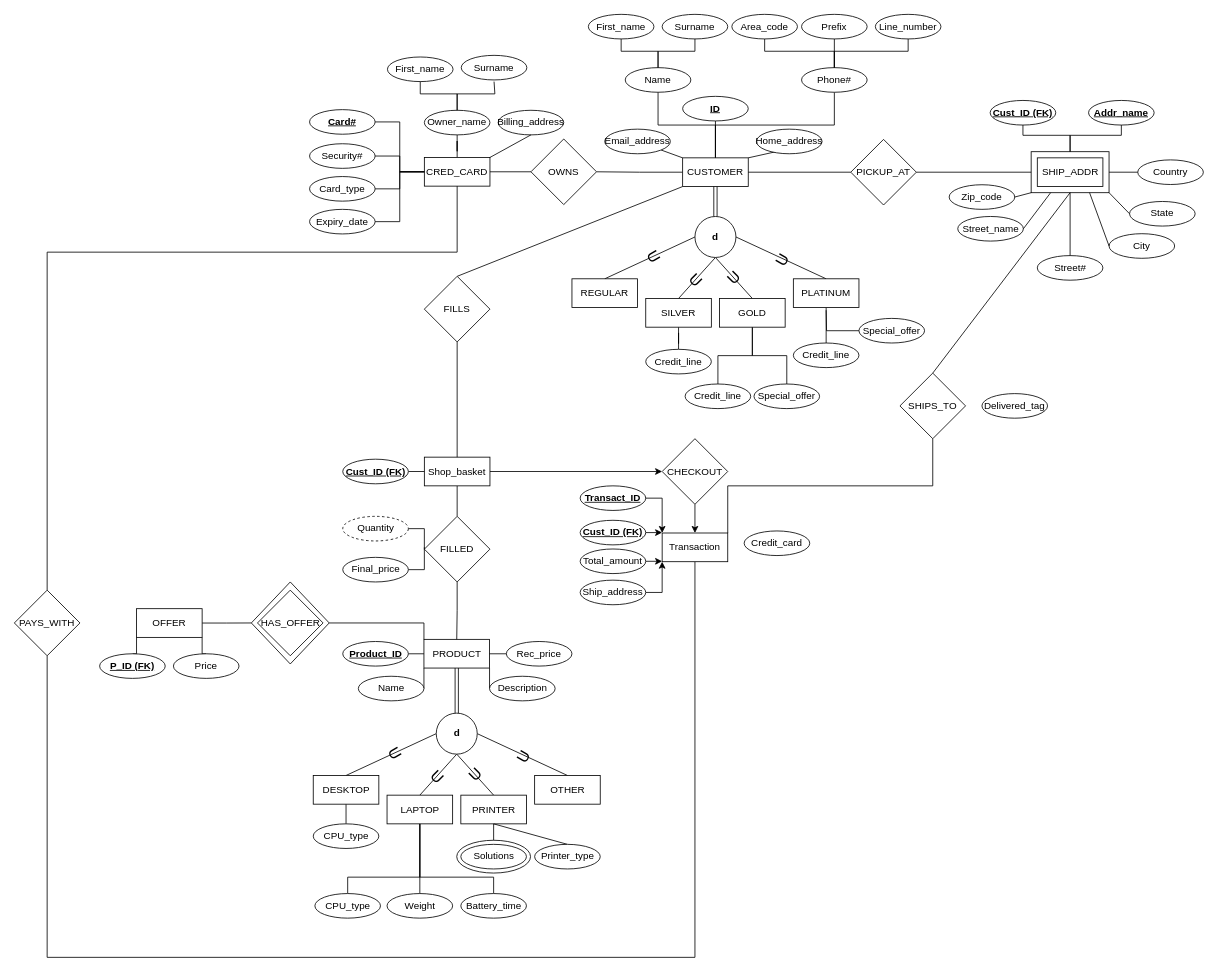
The draw.io diagram Project-Deliverable-1.drawio in RyBres/Database-Project, before the edit. Source tidied: cells renumbered, new cells numbered last; positions are measured from the earlier drawing's top-left corner, leaving out a move shared by most shapes. Both pictures are drawn from the tidied source at 82%, with x=0, y=0 at pixel (14, 14).
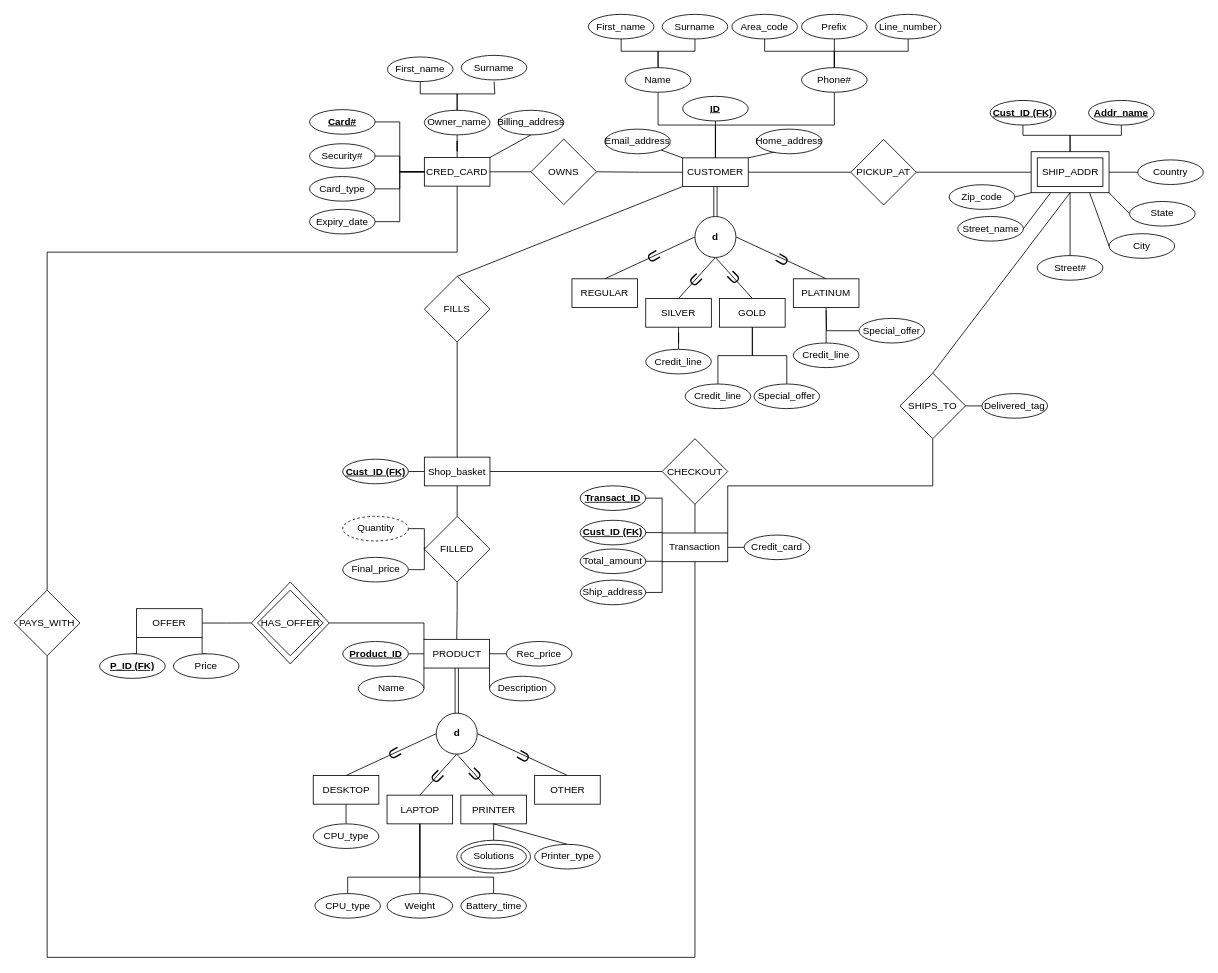
The same page after the edit.

Commit message:
Rough draft, that is

The change refers to these unchanged cells:
```xml
<mxCell id="118" value="Shop_basket" style="rounded=0;whiteSpace=wrap;html=1;" parent="1" vertex="1">
  <mxGeometry x="500" y="540" width="80" height="35" as="geometry" />
</mxCell>
<mxCell id="156" value="Transaction" style="rounded=0;whiteSpace=wrap;html=1;" parent="1" vertex="1">
  <mxGeometry x="790" y="632.5" width="80" height="35" as="geometry" />
</mxCell>
<mxCell id="158" value="CHECKOUT" style="rhombus;whiteSpace=wrap;html=1;" parent="1" vertex="1">
  <mxGeometry x="790" y="517.5" width="80" height="80" as="geometry" />
</mxCell>
<mxCell id="160" value="SHIPS_TO" style="rhombus;whiteSpace=wrap;html=1;" parent="1" vertex="1">
  <mxGeometry x="1080" y="437.5" width="80" height="80" as="geometry" />
</mxCell>
<mxCell id="163" value="&lt;b&gt;&lt;u&gt;Transact_ID&lt;/u&gt;&lt;/b&gt;" style="ellipse;whiteSpace=wrap;html=1;" parent="1" vertex="1">
  <mxGeometry x="690" y="575" width="80" height="30" as="geometry" />
</mxCell>
<mxCell id="165" value="&lt;b&gt;&lt;u&gt;Cust_ID (FK)&lt;/u&gt;&lt;/b&gt;" style="ellipse;whiteSpace=wrap;html=1;" parent="1" vertex="1">
  <mxGeometry x="690" y="617" width="80" height="30" as="geometry" />
</mxCell>
<mxCell id="167" value="Ship_address" style="ellipse;whiteSpace=wrap;html=1;" parent="1" vertex="1">
  <mxGeometry x="690" y="690" width="80" height="30" as="geometry" />
</mxCell>
<mxCell id="169" value="Total_amount" style="ellipse;whiteSpace=wrap;html=1;" parent="1" vertex="1">
  <mxGeometry x="690" y="652" width="80" height="30" as="geometry" />
</mxCell>
<mxCell id="174" value="Delivered_tag" style="ellipse;whiteSpace=wrap;html=1;" parent="1" vertex="1">
  <mxGeometry x="1180" y="462.5" width="80" height="30" as="geometry" />
</mxCell>
```

Diff of the diagram source:
```diff
@@
-    <mxCell id="117" style="edgeStyle=orthogonalEdgeStyle;rounded=0;jettySize=auto;html=1;exitX=1;exitY=0.5;exitDx=0;exitDy=0;entryX=0;entryY=0.5;entryDx=0;entryDy=0;" parent="1" edge="1" source="118" target="158">
+    <mxCell id="117" style="edgeStyle=orthogonalEdgeStyle;rounded=0;jettySize=auto;html=1;exitX=1;exitY=0.5;exitDx=0;exitDy=0;entryX=0;entryY=0.5;entryDx=0;entryDy=0;endArrow=none;startFill=0;" parent="1" edge="1" source="118" target="158">
       <mxGeometry relative="1" as="geometry" />
     </mxCell>
@@
+    <mxCell id="175" style="edgeStyle=orthogonalEdgeStyle;rounded=0;jettySize=auto;html=1;exitX=1;exitY=0.5;exitDx=0;exitDy=0;entryX=0;entryY=0.5;entryDx=0;entryDy=0;endArrow=none;startFill=0;" parent="1" edge="1" source="156" target="173">
+      <mxGeometry relative="1" as="geometry" />
+    </mxCell>
@@
-    <mxCell id="157" style="edgeStyle=orthogonalEdgeStyle;rounded=0;jettySize=auto;html=1;exitX=0.5;exitY=1;exitDx=0;exitDy=0;entryX=0.5;entryY=0;entryDx=0;entryDy=0;" parent="1" edge="1" source="158" target="156">
+    <mxCell id="157" style="edgeStyle=orthogonalEdgeStyle;rounded=0;jettySize=auto;html=1;exitX=0.5;exitY=1;exitDx=0;exitDy=0;entryX=0.5;entryY=0;entryDx=0;entryDy=0;endArrow=none;startFill=0;" parent="1" edge="1" source="158" target="156">
       <mxGeometry relative="1" as="geometry" />
     </mxCell>
@@
+    <mxCell id="176" style="edgeStyle=orthogonalEdgeStyle;rounded=0;jettySize=auto;html=1;exitX=1;exitY=0.5;exitDx=0;exitDy=0;entryX=0;entryY=0.5;entryDx=0;entryDy=0;endArrow=none;startFill=0;" parent="1" edge="1" source="160" target="174">
+      <mxGeometry relative="1" as="geometry" />
+    </mxCell>
@@
-    <mxCell id="162" style="edgeStyle=orthogonalEdgeStyle;rounded=0;jettySize=auto;html=1;exitX=1;exitY=0.5;exitDx=0;exitDy=0;entryX=0;entryY=0;entryDx=0;entryDy=0;" parent="1" edge="1" source="163" target="156">
+    <mxCell id="162" style="edgeStyle=orthogonalEdgeStyle;rounded=0;jettySize=auto;html=1;exitX=1;exitY=0.5;exitDx=0;exitDy=0;entryX=0;entryY=0;entryDx=0;entryDy=0;endArrow=none;startFill=0;" parent="1" edge="1" source="163" target="156">
       <mxGeometry relative="1" as="geometry" />
     </mxCell>
@@
-    <mxCell id="164" style="edgeStyle=orthogonalEdgeStyle;rounded=0;jettySize=auto;html=1;exitX=1;exitY=0.5;exitDx=0;exitDy=0;entryX=0;entryY=0;entryDx=0;entryDy=0;" parent="1" edge="1" source="165" target="156">
+    <mxCell id="164" style="edgeStyle=orthogonalEdgeStyle;rounded=0;jettySize=auto;html=1;exitX=1;exitY=0.5;exitDx=0;exitDy=0;entryX=0;entryY=0;entryDx=0;entryDy=0;endArrow=none;startFill=0;" parent="1" edge="1" source="165" target="156">
       <mxGeometry relative="1" as="geometry" />
     </mxCell>
@@
-    <mxCell id="166" style="edgeStyle=orthogonalEdgeStyle;rounded=0;jettySize=auto;html=1;exitX=1;exitY=0.5;exitDx=0;exitDy=0;entryX=0;entryY=1;entryDx=0;entryDy=0;" parent="1" edge="1" source="167" target="156">
+    <mxCell id="166" style="edgeStyle=orthogonalEdgeStyle;rounded=0;jettySize=auto;html=1;exitX=1;exitY=0.5;exitDx=0;exitDy=0;entryX=0;entryY=1;entryDx=0;entryDy=0;endArrow=none;startFill=0;" parent="1" edge="1" source="167" target="156">
       <mxGeometry relative="1" as="geometry" />
     </mxCell>
@@
-    <mxCell id="168" style="edgeStyle=orthogonalEdgeStyle;rounded=0;jettySize=auto;html=1;exitX=1;exitY=0.5;exitDx=0;exitDy=0;entryX=0;entryY=1;entryDx=0;entryDy=0;" parent="1" edge="1" source="169" target="156">
+    <mxCell id="168" style="edgeStyle=orthogonalEdgeStyle;rounded=0;jettySize=auto;html=1;exitX=1;exitY=0.5;exitDx=0;exitDy=0;entryX=0;entryY=1;entryDx=0;entryDy=0;endArrow=none;startFill=0;" parent="1" edge="1" source="169" target="156">
       <mxGeometry relative="1" as="geometry" />
     </mxCell>
@@
     <mxCell id="173" value="Credit_card" style="ellipse;whiteSpace=wrap;html=1;" parent="1" vertex="1">
-      <mxGeometry x="890" y="630" width="80" height="30" as="geometry" />
+      <mxGeometry x="890" y="635" width="80" height="30" as="geometry" />
     </mxCell>
```
